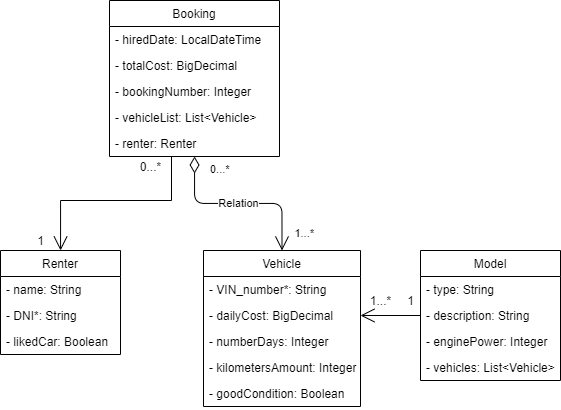
Above: docs/car-hire.models.png in miw-upm/apaw-practice (draw.io), before the change. Source tidied: cells renumbered, new cells last; positions are measured from the earlier drawing's top-left corner, leaving out a move shared by most shapes.
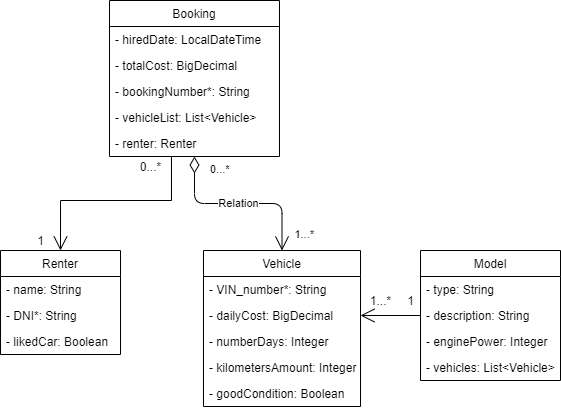
Later version of the same file.

Commit message:
Updated UML & model #26

Diff of the diagram source:
```diff
@@ -23,7 +23,7 @@
     <mxCell id="8" value="- totalCost: BigDecimal" style="text;strokeColor=none;fillColor=none;align=left;verticalAlign=top;spacingLeft=4;spacingRight=4;overflow=hidden;" parent="6" vertex="1">
       <mxGeometry y="52" width="170" height="26" as="geometry" />
     </mxCell>
-    <mxCell id="9" value="- bookingNumber: Integer" style="text;strokeColor=none;fillColor=none;align=left;verticalAlign=top;spacingLeft=4;spacingRight=4;overflow=hidden;" parent="6" vertex="1">
+    <mxCell id="9" value="- bookingNumber*: String" style="text;strokeColor=none;fillColor=none;align=left;verticalAlign=top;spacingLeft=4;spacingRight=4;overflow=hidden;" parent="6" vertex="1">
       <mxGeometry y="78" width="170" height="26" as="geometry" />
     </mxCell>
     <mxCell id="10" value="- vehicleList: List&lt;Vehicle&gt;" style="text;strokeColor=none;fillColor=none;align=left;verticalAlign=top;spacingLeft=4;spacingRight=4;overflow=hidden;" parent="6" vertex="1">
```
